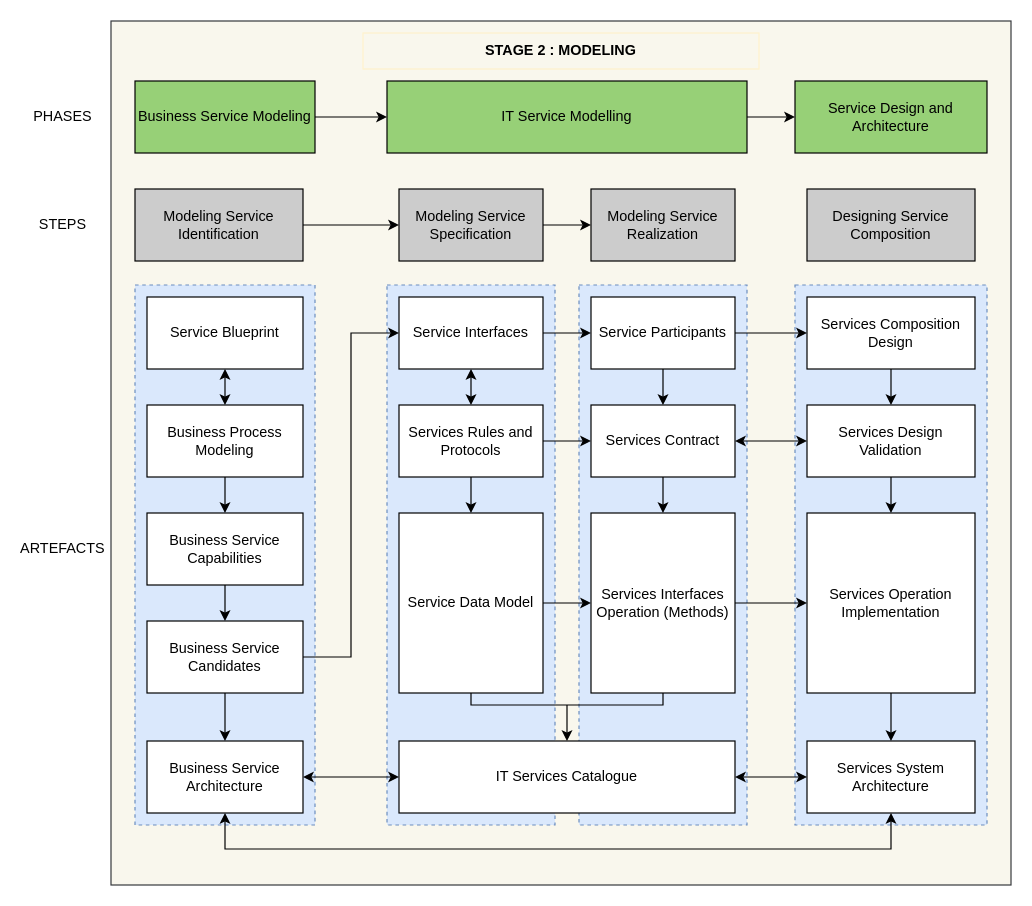
This is page "Stage-2" (3 of 6) of Tugas Akhir Kel 4.drawio from ataupikr/plti-kelompok-4, a draw.io file, before an edit. Source tidied: cells renumbered, new cells numbered last; positions are measured from the earlier drawing's top-left corner, leaving out a move shared by most shapes. Both pictures are drawn from the tidied source at 120%, with x=0, y=0 at pixel (38, 20).
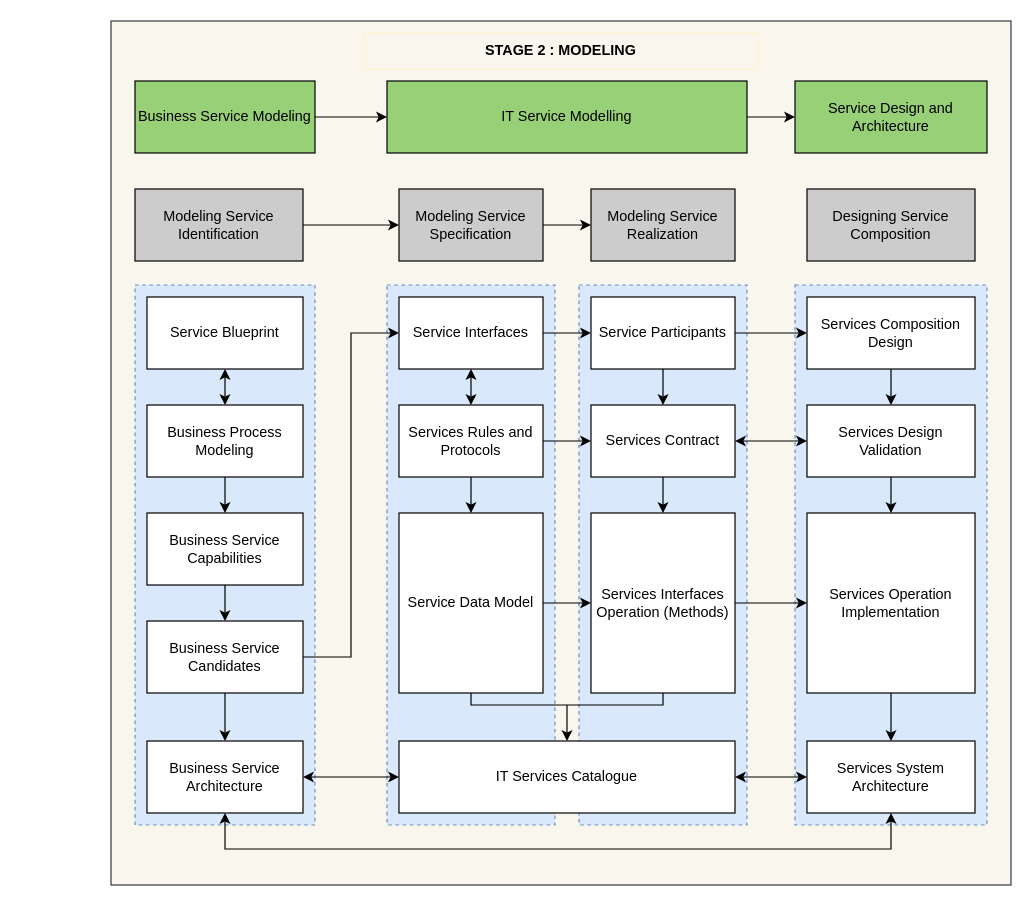
The same diagram, later.

Change to the diagram source:
```diff
@@
-    <mxCell id="58" value="PHASES" style="text;html=1;strokeColor=none;fillColor=none;align=center;verticalAlign=middle;whiteSpace=wrap;rounded=0;" parent="1" vertex="1">
-      <mxGeometry y="70" width="40" height="20" as="geometry" />
-    </mxCell>
-    <mxCell id="59" value="STEPS" style="text;html=1;strokeColor=none;fillColor=none;align=center;verticalAlign=middle;whiteSpace=wrap;rounded=0;" parent="1" vertex="1">
-      <mxGeometry y="160" width="40" height="20" as="geometry" />
-    </mxCell>
-    <mxCell id="60" value="ARTEFACTS" style="text;html=1;strokeColor=none;fillColor=none;align=center;verticalAlign=middle;whiteSpace=wrap;rounded=0;" parent="1" vertex="1">
-      <mxGeometry y="430" width="40" height="20" as="geometry" />
-    </mxCell>
```
